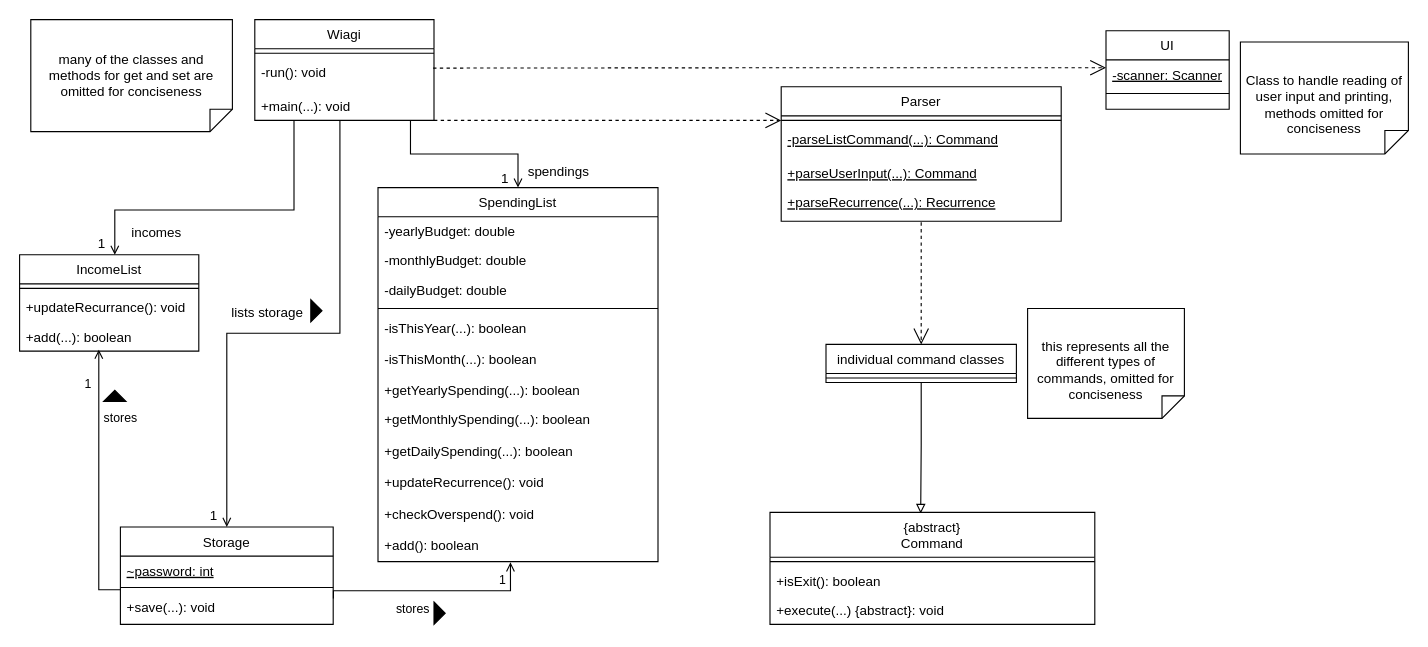
This is docs/Diagrams/Overall/overallClass.drawio from wongwh2002/CS2113TeamProject, a draw.io file, before an edit. Source tidied: cells renumbered, new cells numbered last; positions are measured from the earlier drawing's top-left corner, leaving out a move shared by most shapes. Both pictures are drawn from the tidied source at 112%, with x=0, y=0 at pixel (19, 19).
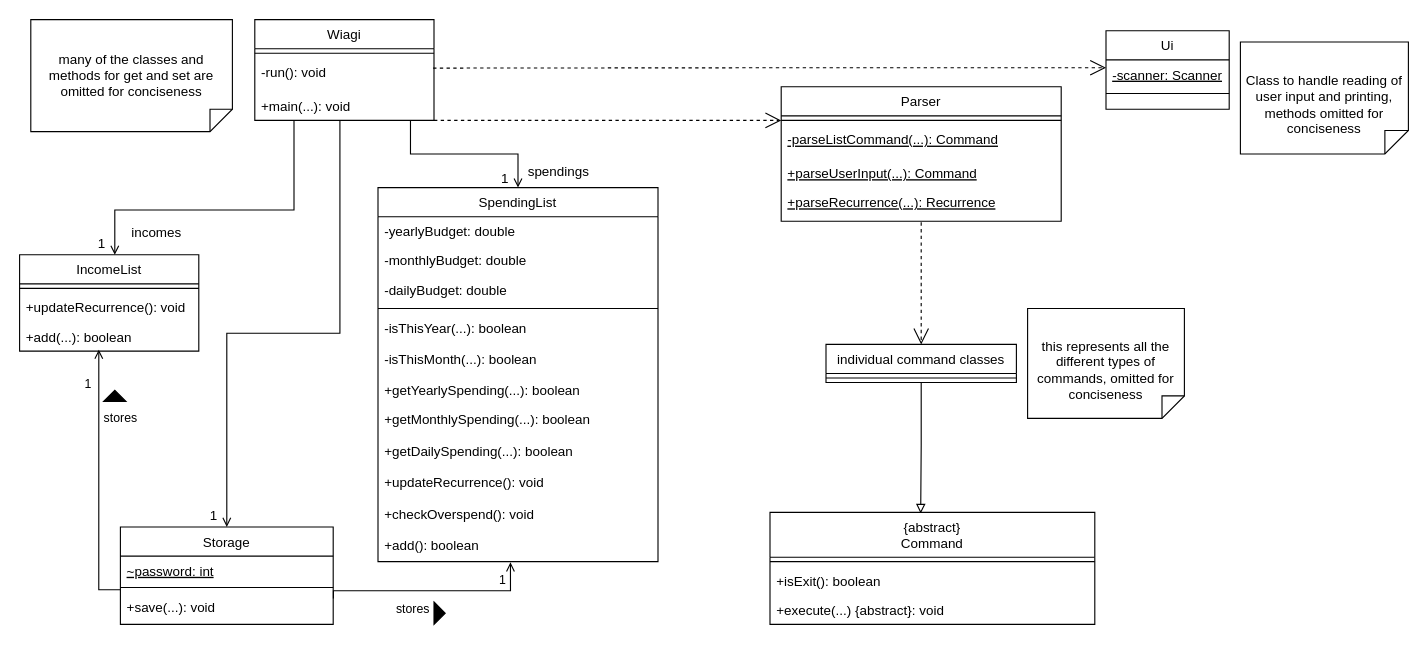
After the change.

Unchanged cells that the change refers to:
```xml
<mxCell id="6" value="IncomeList" style="swimlane;fontStyle=0;align=center;verticalAlign=top;horizontal=1;startSize=26;rounded=0;shadow=0;strokeWidth=1;" parent="1" vertex="1">
  <mxGeometry y="210" width="160" height="86" as="geometry" />
</mxCell>
<mxCell id="35" style="endArrow=open;shadow=0;strokeWidth=1;rounded=0;curved=0;endFill=1;edgeStyle=elbowEdgeStyle;elbow=vertical;entryX=0.5;entryY=0;entryDx=0;entryDy=0;" parent="1" edge="1" target="10">
  <mxGeometry x="0.5" y="41" relative="1" as="geometry">
    <mxPoint x="286" y="90" as="sourcePoint" />
    <Array as="points">
      <mxPoint x="280" y="280" />
    </Array>
    <mxPoint x="-40" y="32" as="offset" />
  </mxGeometry>
</mxCell>
```

The edit, as a diff of the source:
```diff
@@
-    <mxCell id="8" value="+updateRecurrance(): void" style="text;align=left;verticalAlign=top;spacingLeft=4;spacingRight=4;overflow=hidden;" parent="6" vertex="1">
+    <mxCell id="8" value="+updateRecurrence(): void" style="text;align=left;verticalAlign=top;spacingLeft=4;spacingRight=4;overflow=hidden;" parent="6" vertex="1">
       <mxGeometry y="34" width="160" height="26" as="geometry" />
     </mxCell>
@@
-    <mxCell id="38" value="lists storage" style="text;html=1;align=center;verticalAlign=middle;labelBackgroundColor=none;rounded=0;shadow=0;strokeWidth=1;fontSize=12;" parent="35" vertex="1">
-      <mxGeometry x="0.5" y="49" relative="1" as="geometry">
-        <mxPoint x="-14" y="-76" as="offset" />
-      </mxGeometry>
-    </mxCell>
@@
-    <mxCell id="47" value="UI" style="swimlane;fontStyle=0;align=center;verticalAlign=top;horizontal=1;startSize=26;rounded=0;shadow=0;strokeWidth=1;" parent="1" vertex="1">
+    <mxCell id="47" value="Ui" style="swimlane;fontStyle=0;align=center;verticalAlign=top;horizontal=1;startSize=26;rounded=0;shadow=0;strokeWidth=1;" parent="1" vertex="1">
       <mxGeometry x="970" y="10" width="110" height="70" as="geometry" />
     </mxCell>
@@
-    <mxCell id="70" style="triangle;whiteSpace=wrap;html=1;fillColor=#000000;rotation=0;" parent="1" vertex="1">
-      <mxGeometry x="260" y="250" width="10" height="20" as="geometry" />
-    </mxCell>
```
